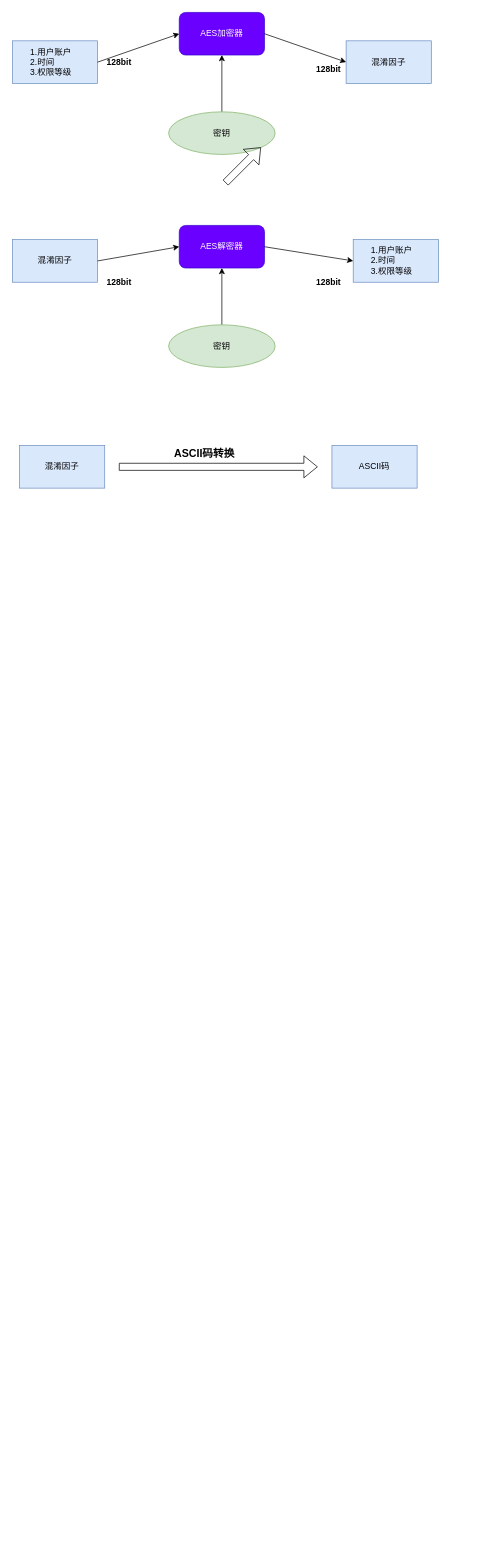
This is 未命名绘图.drawio from eragonhuang/house, a draw.io file, before an edit. Source tidied: cells renumbered, new cells numbered last; positions are measured from the earlier drawing's top-left corner, leaving out a move shared by most shapes. Both pictures are drawn from the tidied source at 71%, with x=0, y=0 at pixel (12, 12).
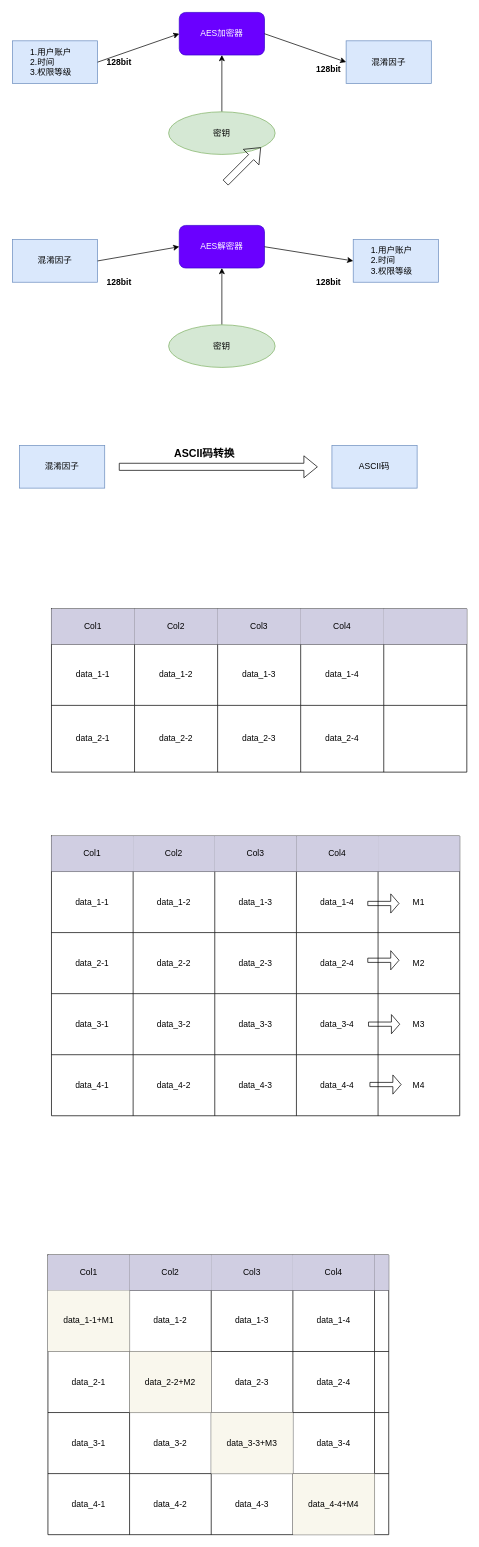
After the change.

Commit message (it also covers changes not shown here):
更新未命名绘图.drawio

Diff of the diagram source:
```diff
@@
+    <mxCell id="25" style="shape=table;html=1;whiteSpace=wrap;startSize=0;childLayout=tableLayout;" parent="1" vertex="1">
+      <mxGeometry x="55" y="840" width="585" height="230" as="geometry" />
+    </mxCell>
+    <mxCell id="26" style="shape=partialRectangle;html=1;whiteSpace=wrap;fillColor=none;top=0;left=0;bottom=0;right=0;" parent="25" vertex="1">
+      <mxGeometry width="585" height="50" as="geometry" />
+    </mxCell>
+    <mxCell id="27" value="Col1" style="shape=partialRectangle;html=1;whiteSpace=wrap;overflow=hidden;fillColor=#d0cee2;top=0;left=0;bottom=0;right=0;strokeColor=#56517e;" parent="26" vertex="1">
+      <mxGeometry width="117" height="50" as="geometry" />
+    </mxCell>
+    <mxCell id="28" value="&lt;span&gt;Col2&lt;/span&gt;" style="shape=partialRectangle;html=1;whiteSpace=wrap;overflow=hidden;fillColor=#d0cee2;top=0;left=0;bottom=0;right=0;strokeColor=#56517e;" parent="26" vertex="1">
+      <mxGeometry x="117" width="117" height="50" as="geometry" />
+    </mxCell>
+    <mxCell id="29" value="&lt;span&gt;Col3&lt;/span&gt;" style="shape=partialRectangle;html=1;whiteSpace=wrap;overflow=hidden;fillColor=#d0cee2;top=0;left=0;bottom=0;right=0;strokeColor=#56517e;" parent="26" vertex="1">
+      <mxGeometry x="234" width="117" height="50" as="geometry" />
+    </mxCell>
+    <mxCell id="30" value="&lt;span&gt;Col4&lt;/span&gt;" style="shape=partialRectangle;html=1;whiteSpace=wrap;overflow=hidden;fillColor=#d0cee2;top=0;left=0;bottom=0;right=0;strokeColor=#56517e;" parent="26" vertex="1">
+      <mxGeometry x="351" width="117" height="50" as="geometry" />
+    </mxCell>
+    <mxCell id="31" style="shape=partialRectangle;html=1;whiteSpace=wrap;overflow=hidden;fillColor=#d0cee2;top=0;left=0;bottom=0;right=0;strokeColor=#56517e;" parent="26" vertex="1">
+      <mxGeometry x="468" width="117" height="50" as="geometry" />
+    </mxCell>
+    <mxCell id="32" style="shape=partialRectangle;html=1;whiteSpace=wrap;fillColor=none;top=0;left=0;bottom=0;right=0;" parent="25" vertex="1">
+      <mxGeometry y="50" width="585" height="86" as="geometry" />
+    </mxCell>
+    <mxCell id="33" value="data_1-1" style="shape=partialRectangle;html=1;whiteSpace=wrap;overflow=hidden;fillColor=none;top=0;left=0;bottom=0;right=0;" parent="32" vertex="1">
+      <mxGeometry width="117" height="86" as="geometry" />
+    </mxCell>
+    <mxCell id="34" value="&lt;span&gt;data_1-2&lt;/span&gt;" style="shape=partialRectangle;html=1;whiteSpace=wrap;overflow=hidden;fillColor=none;top=0;left=0;bottom=0;right=0;" parent="32" vertex="1">
+      <mxGeometry x="117" width="117" height="86" as="geometry" />
+    </mxCell>
+    <mxCell id="35" value="&lt;span&gt;data_1-3&lt;/span&gt;" style="shape=partialRectangle;html=1;whiteSpace=wrap;overflow=hidden;fillColor=none;top=0;left=0;bottom=0;right=0;" parent="32" vertex="1">
+      <mxGeometry x="234" width="117" height="86" as="geometry" />
+    </mxCell>
+    <mxCell id="36" value="&lt;span&gt;data_1-4&lt;/span&gt;" style="shape=partialRectangle;html=1;whiteSpace=wrap;overflow=hidden;fillColor=none;top=0;left=0;bottom=0;right=0;" parent="32" vertex="1">
+      <mxGeometry x="351" width="117" height="86" as="geometry" />
+    </mxCell>
+    <mxCell id="37" style="shape=partialRectangle;html=1;whiteSpace=wrap;overflow=hidden;fillColor=none;top=0;left=0;bottom=0;right=0;" parent="32" vertex="1">
+      <mxGeometry x="468" width="117" height="86" as="geometry" />
+    </mxCell>
+    <mxCell id="38" style="shape=partialRectangle;html=1;whiteSpace=wrap;fillColor=none;top=0;left=0;bottom=0;right=0;" parent="25" vertex="1">
+      <mxGeometry y="136" width="585" height="94" as="geometry" />
+    </mxCell>
+    <mxCell id="39" value="&lt;span&gt;data_2-1&lt;/span&gt;" style="shape=partialRectangle;html=1;whiteSpace=wrap;overflow=hidden;fillColor=none;top=0;left=0;bottom=0;right=0;" parent="38" vertex="1">
+      <mxGeometry width="117" height="94" as="geometry" />
+    </mxCell>
+    <mxCell id="40" value="&lt;span&gt;data_2-2&lt;/span&gt;" style="shape=partialRectangle;html=1;whiteSpace=wrap;overflow=hidden;fillColor=none;top=0;left=0;bottom=0;right=0;" parent="38" vertex="1">
+      <mxGeometry x="117" width="117" height="94" as="geometry" />
+    </mxCell>
+    <mxCell id="41" value="&lt;span&gt;data_2-3&lt;/span&gt;" style="shape=partialRectangle;html=1;whiteSpace=wrap;overflow=hidden;fillColor=none;top=0;left=0;bottom=0;right=0;" parent="38" vertex="1">
+      <mxGeometry x="234" width="117" height="94" as="geometry" />
+    </mxCell>
+    <mxCell id="42" value="&lt;span&gt;data_2-4&lt;/span&gt;" style="shape=partialRectangle;html=1;whiteSpace=wrap;overflow=hidden;fillColor=none;top=0;left=0;bottom=0;right=0;" parent="38" vertex="1">
+      <mxGeometry x="351" width="117" height="94" as="geometry" />
+    </mxCell>
+    <mxCell id="43" style="shape=partialRectangle;html=1;whiteSpace=wrap;overflow=hidden;fillColor=none;top=0;left=0;bottom=0;right=0;" parent="38" vertex="1">
+      <mxGeometry x="468" width="117" height="94" as="geometry" />
+    </mxCell>
+    <mxCell id="44" style="shape=table;html=1;whiteSpace=wrap;startSize=0;childLayout=tableLayout;" parent="1" vertex="1">
+      <mxGeometry x="55" y="1160" width="575" height="394" as="geometry" />
+    </mxCell>
+    <mxCell id="45" style="shape=partialRectangle;html=1;whiteSpace=wrap;fillColor=none;top=0;left=0;bottom=0;right=0;" parent="44" vertex="1">
+      <mxGeometry width="575" height="50" as="geometry" />
+    </mxCell>
+    <mxCell id="46" value="&lt;span&gt;Col1&lt;/span&gt;" style="shape=partialRectangle;html=1;whiteSpace=wrap;overflow=hidden;fillColor=#d0cee2;top=0;left=0;bottom=0;right=0;strokeColor=#56517e;" parent="45" vertex="1">
+      <mxGeometry width="115" height="50" as="geometry" />
+    </mxCell>
+    <mxCell id="47" value="&lt;span&gt;Col2&lt;/span&gt;" style="shape=partialRectangle;html=1;whiteSpace=wrap;overflow=hidden;fillColor=#d0cee2;top=0;left=0;bottom=0;right=0;strokeColor=#56517e;" parent="45" vertex="1">
+      <mxGeometry x="115" width="115" height="50" as="geometry" />
+    </mxCell>
+    <mxCell id="48" value="&lt;span&gt;Col3&lt;/span&gt;" style="shape=partialRectangle;html=1;whiteSpace=wrap;overflow=hidden;fillColor=#d0cee2;top=0;left=0;bottom=0;right=0;strokeColor=#56517e;" parent="45" vertex="1">
+      <mxGeometry x="230" width="115" height="50" as="geometry" />
+    </mxCell>
+    <mxCell id="49" value="&lt;span&gt;Col4&lt;/span&gt;" style="shape=partialRectangle;html=1;whiteSpace=wrap;overflow=hidden;fillColor=#d0cee2;top=0;left=0;bottom=0;right=0;strokeColor=#56517e;" parent="45" vertex="1">
+      <mxGeometry x="345" width="115" height="50" as="geometry" />
+    </mxCell>
+    <mxCell id="50" style="shape=partialRectangle;html=1;whiteSpace=wrap;overflow=hidden;fillColor=#d0cee2;top=0;left=0;bottom=0;right=0;strokeColor=#56517e;" parent="45" vertex="1">
+      <mxGeometry x="460" width="115" height="50" as="geometry" />
+    </mxCell>
+    <mxCell id="51" style="shape=partialRectangle;html=1;whiteSpace=wrap;fillColor=none;top=0;left=0;bottom=0;right=0;" parent="44" vertex="1">
+      <mxGeometry y="50" width="575" height="86" as="geometry" />
+    </mxCell>
+    <mxCell id="52" value="&lt;span&gt;data_1-1&lt;/span&gt;" style="shape=partialRectangle;html=1;whiteSpace=wrap;overflow=hidden;fillColor=none;top=0;left=0;bottom=0;right=0;" parent="51" vertex="1">
+      <mxGeometry width="115" height="86" as="geometry" />
+    </mxCell>
+    <mxCell id="53" value="&lt;span&gt;data_1-2&lt;/span&gt;" style="shape=partialRectangle;html=1;whiteSpace=wrap;overflow=hidden;fillColor=none;top=0;left=0;bottom=0;right=0;" parent="51" vertex="1">
+      <mxGeometry x="115" width="115" height="86" as="geometry" />
+    </mxCell>
+    <mxCell id="54" value="&lt;span&gt;data_1-3&lt;/span&gt;" style="shape=partialRectangle;html=1;whiteSpace=wrap;overflow=hidden;fillColor=none;top=0;left=0;bottom=0;right=0;" parent="51" vertex="1">
+      <mxGeometry x="230" width="115" height="86" as="geometry" />
+    </mxCell>
+    <mxCell id="55" value="&lt;span&gt;data_1-4&lt;/span&gt;" style="shape=partialRectangle;html=1;whiteSpace=wrap;overflow=hidden;fillColor=none;top=0;left=0;bottom=0;right=0;" parent="51" vertex="1">
+      <mxGeometry x="345" width="115" height="86" as="geometry" />
+    </mxCell>
+    <mxCell id="56" value="M1" style="shape=partialRectangle;html=1;whiteSpace=wrap;overflow=hidden;fillColor=none;top=0;left=0;bottom=0;right=0;" parent="51" vertex="1">
+      <mxGeometry x="460" width="115" height="86" as="geometry" />
+    </mxCell>
+    <mxCell id="57" style="shape=partialRectangle;html=1;whiteSpace=wrap;fillColor=none;top=0;left=0;bottom=0;right=0;" parent="44" vertex="1">
+      <mxGeometry y="136" width="575" height="86" as="geometry" />
+    </mxCell>
+    <mxCell id="58" value="&lt;span&gt;data_2-1&lt;/span&gt;" style="shape=partialRectangle;html=1;whiteSpace=wrap;overflow=hidden;fillColor=none;top=0;left=0;bottom=0;right=0;" parent="57" vertex="1">
+      <mxGeometry width="115" height="86" as="geometry" />
+    </mxCell>
+    <mxCell id="59" value="&lt;span&gt;data_2-2&lt;/span&gt;" style="shape=partialRectangle;html=1;whiteSpace=wrap;overflow=hidden;fillColor=none;top=0;left=0;bottom=0;right=0;" parent="57" vertex="1">
+      <mxGeometry x="115" width="115" height="86" as="geometry" />
+    </mxCell>
+    <mxCell id="60" value="&lt;span&gt;data_2-3&lt;/span&gt;" style="shape=partialRectangle;html=1;whiteSpace=wrap;overflow=hidden;fillColor=none;top=0;left=0;bottom=0;right=0;" parent="57" vertex="1">
+      <mxGeometry x="230" width="115" height="86" as="geometry" />
+    </mxCell>
+    <mxCell id="61" value="&lt;span&gt;data_2-4&lt;/span&gt;" style="shape=partialRectangle;html=1;whiteSpace=wrap;overflow=hidden;fillColor=none;top=0;left=0;bottom=0;right=0;" parent="57" vertex="1">
+      <mxGeometry x="345" width="115" height="86" as="geometry" />
+    </mxCell>
+    <mxCell id="62" value="M2" style="shape=partialRectangle;html=1;whiteSpace=wrap;overflow=hidden;fillColor=none;top=0;left=0;bottom=0;right=0;" parent="57" vertex="1">
+      <mxGeometry x="460" width="115" height="86" as="geometry" />
+    </mxCell>
+    <mxCell id="63" style="shape=partialRectangle;html=1;whiteSpace=wrap;fillColor=none;top=0;left=0;bottom=0;right=0;" parent="44" vertex="1">
+      <mxGeometry y="222" width="575" height="86" as="geometry" />
+    </mxCell>
+    <mxCell id="64" value="&lt;span&gt;data_3-1&lt;/span&gt;" style="shape=partialRectangle;html=1;whiteSpace=wrap;overflow=hidden;fillColor=none;top=0;left=0;bottom=0;right=0;" parent="63" vertex="1">
+      <mxGeometry width="115" height="86" as="geometry" />
+    </mxCell>
+    <mxCell id="65" value="&lt;span&gt;data_3-2&lt;/span&gt;" style="shape=partialRectangle;html=1;whiteSpace=wrap;overflow=hidden;fillColor=none;top=0;left=0;bottom=0;right=0;" parent="63" vertex="1">
+      <mxGeometry x="115" width="115" height="86" as="geometry" />
+    </mxCell>
+    <mxCell id="66" value="&lt;span&gt;data_3-3&lt;/span&gt;" style="shape=partialRectangle;html=1;whiteSpace=wrap;overflow=hidden;fillColor=none;top=0;left=0;bottom=0;right=0;" parent="63" vertex="1">
+      <mxGeometry x="230" width="115" height="86" as="geometry" />
+    </mxCell>
+    <mxCell id="67" value="&lt;span&gt;data_3-4&lt;/span&gt;" style="shape=partialRectangle;html=1;whiteSpace=wrap;overflow=hidden;fillColor=none;top=0;left=0;bottom=0;right=0;" parent="63" vertex="1">
+      <mxGeometry x="345" width="115" height="86" as="geometry" />
+    </mxCell>
+    <mxCell id="68" value="M3" style="shape=partialRectangle;html=1;whiteSpace=wrap;overflow=hidden;fillColor=none;top=0;left=0;bottom=0;right=0;" parent="63" vertex="1">
+      <mxGeometry x="460" width="115" height="86" as="geometry" />
+    </mxCell>
+    <mxCell id="69" style="shape=partialRectangle;html=1;whiteSpace=wrap;fillColor=none;top=0;left=0;bottom=0;right=0;" parent="44" vertex="1">
+      <mxGeometry y="308" width="575" height="86" as="geometry" />
+    </mxCell>
+    <mxCell id="70" value="&lt;span&gt;data_4-1&lt;/span&gt;" style="shape=partialRectangle;html=1;whiteSpace=wrap;overflow=hidden;fillColor=none;top=0;left=0;bottom=0;right=0;" parent="69" vertex="1">
+      <mxGeometry width="115" height="86" as="geometry" />
+    </mxCell>
+    <mxCell id="71" value="&lt;span&gt;data_4-2&lt;/span&gt;" style="shape=partialRectangle;html=1;whiteSpace=wrap;overflow=hidden;fillColor=none;top=0;left=0;bottom=0;right=0;" parent="69" vertex="1">
+      <mxGeometry x="115" width="115" height="86" as="geometry" />
+    </mxCell>
+    <mxCell id="72" value="&lt;span&gt;data_4-3&lt;/span&gt;" style="shape=partialRectangle;html=1;whiteSpace=wrap;overflow=hidden;fillColor=none;top=0;left=0;bottom=0;right=0;" parent="69" vertex="1">
+      <mxGeometry x="230" width="115" height="86" as="geometry" />
+    </mxCell>
+    <mxCell id="73" value="&lt;span&gt;data_4-4&lt;/span&gt;" style="shape=partialRectangle;html=1;whiteSpace=wrap;overflow=hidden;fillColor=none;top=0;left=0;bottom=0;right=0;" parent="69" vertex="1">
+      <mxGeometry x="345" width="115" height="86" as="geometry" />
+    </mxCell>
+    <mxCell id="74" value="M4" style="shape=partialRectangle;html=1;whiteSpace=wrap;overflow=hidden;fillColor=none;top=0;left=0;bottom=0;right=0;" parent="69" vertex="1">
+      <mxGeometry x="460" width="115" height="86" as="geometry" />
+    </mxCell>
+    <mxCell id="75" style="endArrow=block;html=1;shape=flexArrow;strokeWidth=1;endFill=0;width=6;endSize=3.56;" parent="1" edge="1">
+      <mxGeometry relative="1" as="geometry">
+        <mxPoint x="500" y="1255" as="sourcePoint" />
+        <mxPoint x="545" y="1255" as="targetPoint" />
+      </mxGeometry>
+    </mxCell>
+    <mxCell id="76" style="endArrow=block;html=1;shape=flexArrow;strokeWidth=1;endFill=0;width=6;endSize=3.56;" parent="1" edge="1">
+      <mxGeometry relative="1" as="geometry">
+        <mxPoint x="503" y="1510" as="sourcePoint" />
+        <mxPoint x="548" y="1510" as="targetPoint" />
+      </mxGeometry>
+    </mxCell>
+    <mxCell id="77" style="endArrow=block;html=1;shape=flexArrow;strokeWidth=1;endFill=0;width=6;endSize=3.56;" parent="1" edge="1">
+      <mxGeometry relative="1" as="geometry">
+        <mxPoint x="501" y="1425" as="sourcePoint" />
+        <mxPoint x="546" y="1425" as="targetPoint" />
+      </mxGeometry>
+    </mxCell>
+    <mxCell id="78" style="endArrow=block;html=1;shape=flexArrow;strokeWidth=1;endFill=0;width=6;endSize=3.56;" parent="1" edge="1">
+      <mxGeometry relative="1" as="geometry">
+        <mxPoint x="500" y="1335" as="sourcePoint" />
+        <mxPoint x="545" y="1335" as="targetPoint" />
+      </mxGeometry>
+    </mxCell>
+    <mxCell id="79" style="shape=table;html=1;whiteSpace=wrap;startSize=0;childLayout=tableLayout;" parent="1" vertex="1">
+      <mxGeometry x="50" y="1750" width="480" height="394" as="geometry" />
+    </mxCell>
+    <mxCell id="80" style="shape=partialRectangle;html=1;whiteSpace=wrap;fillColor=none;top=0;left=0;bottom=0;right=0;" parent="79" vertex="1">
+      <mxGeometry width="480" height="50" as="geometry" />
+    </mxCell>
+    <mxCell id="81" value="&lt;span&gt;Col1&lt;/span&gt;" style="shape=partialRectangle;html=1;whiteSpace=wrap;overflow=hidden;fillColor=#d0cee2;top=0;left=0;bottom=0;right=0;strokeColor=#56517e;" parent="80" vertex="1">
+      <mxGeometry width="115" height="50" as="geometry" />
+    </mxCell>
+    <mxCell id="82" value="&lt;span&gt;Col2&lt;/span&gt;" style="shape=partialRectangle;html=1;whiteSpace=wrap;overflow=hidden;fillColor=#d0cee2;top=0;left=0;bottom=0;right=0;strokeColor=#56517e;" parent="80" vertex="1">
+      <mxGeometry x="115" width="115" height="50" as="geometry" />
+    </mxCell>
+    <mxCell id="83" value="&lt;span&gt;Col3&lt;/span&gt;" style="shape=partialRectangle;html=1;whiteSpace=wrap;overflow=hidden;fillColor=#d0cee2;top=0;left=0;bottom=0;right=0;strokeColor=#56517e;" parent="80" vertex="1">
+      <mxGeometry x="230" width="115" height="50" as="geometry" />
+    </mxCell>
+    <mxCell id="84" value="&lt;span&gt;Col4&lt;/span&gt;" style="shape=partialRectangle;html=1;whiteSpace=wrap;overflow=hidden;fillColor=#d0cee2;top=0;left=0;bottom=0;right=0;strokeColor=#56517e;" parent="80" vertex="1">
+      <mxGeometry x="345" width="115" height="50" as="geometry" />
+    </mxCell>
+    <mxCell id="85" style="shape=partialRectangle;html=1;whiteSpace=wrap;overflow=hidden;fillColor=#d0cee2;top=0;left=0;bottom=0;right=0;strokeColor=#56517e;" parent="80" vertex="1">
+      <mxGeometry x="460" width="20" height="50" as="geometry" />
+    </mxCell>
+    <mxCell id="86" style="shape=partialRectangle;html=1;whiteSpace=wrap;fillColor=none;top=0;left=0;bottom=0;right=0;" parent="79" vertex="1">
+      <mxGeometry y="50" width="480" height="86" as="geometry" />
+    </mxCell>
+    <mxCell id="87" value="&lt;span&gt;data_1-1+&lt;/span&gt;M1" style="shape=partialRectangle;html=1;whiteSpace=wrap;overflow=hidden;fillColor=#f9f7ed;top=0;left=0;bottom=0;right=0;strokeColor=#36393d;" parent="86" vertex="1">
+      <mxGeometry width="115" height="86" as="geometry" />
+    </mxCell>
+    <mxCell id="88" value="&lt;span&gt;data_1-2&lt;/span&gt;" style="shape=partialRectangle;html=1;whiteSpace=wrap;overflow=hidden;fillColor=none;top=0;left=0;bottom=0;right=0;" parent="86" vertex="1">
+      <mxGeometry x="115" width="115" height="86" as="geometry" />
+    </mxCell>
+    <mxCell id="89" value="&lt;span&gt;data_1-3&lt;/span&gt;" style="shape=partialRectangle;html=1;whiteSpace=wrap;overflow=hidden;fillColor=none;top=0;left=0;bottom=0;right=0;" parent="86" vertex="1">
+      <mxGeometry x="230" width="115" height="86" as="geometry" />
+    </mxCell>
+    <mxCell id="90" value="&lt;span&gt;data_1-4&lt;/span&gt;" style="shape=partialRectangle;html=1;whiteSpace=wrap;overflow=hidden;fillColor=none;top=0;left=0;bottom=0;right=0;" parent="86" vertex="1">
+      <mxGeometry x="345" width="115" height="86" as="geometry" />
+    </mxCell>
+    <mxCell id="91" style="shape=partialRectangle;html=1;whiteSpace=wrap;overflow=hidden;fillColor=none;top=0;left=0;bottom=0;right=0;" parent="86" vertex="1">
+      <mxGeometry x="460" width="20" height="86" as="geometry" />
+    </mxCell>
+    <mxCell id="92" style="shape=partialRectangle;html=1;whiteSpace=wrap;fillColor=none;top=0;left=0;bottom=0;right=0;" parent="79" vertex="1">
+      <mxGeometry y="136" width="480" height="86" as="geometry" />
+    </mxCell>
+    <mxCell id="93" value="&lt;span&gt;data_2-1&lt;/span&gt;" style="shape=partialRectangle;html=1;whiteSpace=wrap;overflow=hidden;fillColor=none;top=0;left=0;bottom=0;right=0;" parent="92" vertex="1">
+      <mxGeometry width="115" height="86" as="geometry" />
+    </mxCell>
+    <mxCell id="94" value="&lt;span&gt;data_2-2+M2&lt;/span&gt;" style="shape=partialRectangle;html=1;whiteSpace=wrap;overflow=hidden;fillColor=#f9f7ed;top=0;left=0;bottom=0;right=0;strokeColor=#36393d;" parent="92" vertex="1">
+      <mxGeometry x="115" width="115" height="86" as="geometry" />
+    </mxCell>
+    <mxCell id="95" value="&lt;span&gt;data_2-3&lt;/span&gt;" style="shape=partialRectangle;html=1;whiteSpace=wrap;overflow=hidden;fillColor=none;top=0;left=0;bottom=0;right=0;" parent="92" vertex="1">
+      <mxGeometry x="230" width="115" height="86" as="geometry" />
+    </mxCell>
+    <mxCell id="96" value="&lt;span&gt;data_2-4&lt;/span&gt;" style="shape=partialRectangle;html=1;whiteSpace=wrap;overflow=hidden;fillColor=none;top=0;left=0;bottom=0;right=0;" parent="92" vertex="1">
+      <mxGeometry x="345" width="115" height="86" as="geometry" />
+    </mxCell>
+    <mxCell id="97" style="shape=partialRectangle;html=1;whiteSpace=wrap;overflow=hidden;fillColor=none;top=0;left=0;bottom=0;right=0;" parent="92" vertex="1">
+      <mxGeometry x="460" width="20" height="86" as="geometry" />
+    </mxCell>
+    <mxCell id="98" style="shape=partialRectangle;html=1;whiteSpace=wrap;fillColor=none;top=0;left=0;bottom=0;right=0;" parent="79" vertex="1">
+      <mxGeometry y="222" width="480" height="86" as="geometry" />
+    </mxCell>
+    <mxCell id="99" value="&lt;span&gt;data_3-1&lt;/span&gt;" style="shape=partialRectangle;html=1;whiteSpace=wrap;overflow=hidden;fillColor=none;top=0;left=0;bottom=0;right=0;" parent="98" vertex="1">
+      <mxGeometry width="115" height="86" as="geometry" />
+    </mxCell>
+    <mxCell id="100" value="&lt;span&gt;data_3-2&lt;/span&gt;" style="shape=partialRectangle;html=1;whiteSpace=wrap;overflow=hidden;fillColor=none;top=0;left=0;bottom=0;right=0;" parent="98" vertex="1">
+      <mxGeometry x="115" width="115" height="86" as="geometry" />
+    </mxCell>
+    <mxCell id="101" value="&lt;span&gt;data_3-3+M3&lt;/span&gt;" style="shape=partialRectangle;html=1;whiteSpace=wrap;overflow=hidden;fillColor=#f9f7ed;top=0;left=0;bottom=0;right=0;strokeColor=#36393d;" parent="98" vertex="1">
+      <mxGeometry x="230" width="115" height="86" as="geometry" />
+    </mxCell>
+    <mxCell id="102" value="&lt;span&gt;data_3-4&lt;/span&gt;" style="shape=partialRectangle;html=1;whiteSpace=wrap;overflow=hidden;fillColor=none;top=0;left=0;bottom=0;right=0;" parent="98" vertex="1">
+      <mxGeometry x="345" width="115" height="86" as="geometry" />
+    </mxCell>
+    <mxCell id="103" style="shape=partialRectangle;html=1;whiteSpace=wrap;overflow=hidden;fillColor=none;top=0;left=0;bottom=0;right=0;" parent="98" vertex="1">
+      <mxGeometry x="460" width="20" height="86" as="geometry" />
+    </mxCell>
+    <mxCell id="104" style="shape=partialRectangle;html=1;whiteSpace=wrap;fillColor=none;top=0;left=0;bottom=0;right=0;" parent="79" vertex="1">
+      <mxGeometry y="308" width="480" height="86" as="geometry" />
+    </mxCell>
+    <mxCell id="105" value="&lt;span&gt;data_4-1&lt;/span&gt;" style="shape=partialRectangle;html=1;whiteSpace=wrap;overflow=hidden;fillColor=none;top=0;left=0;bottom=0;right=0;" parent="104" vertex="1">
+      <mxGeometry width="115" height="86" as="geometry" />
+    </mxCell>
+    <mxCell id="106" value="&lt;span&gt;data_4-2&lt;/span&gt;" style="shape=partialRectangle;html=1;whiteSpace=wrap;overflow=hidden;fillColor=none;top=0;left=0;bottom=0;right=0;" parent="104" vertex="1">
+      <mxGeometry x="115" width="115" height="86" as="geometry" />
+    </mxCell>
+    <mxCell id="107" value="&lt;span&gt;data_4-3&lt;/span&gt;" style="shape=partialRectangle;html=1;whiteSpace=wrap;overflow=hidden;fillColor=none;top=0;left=0;bottom=0;right=0;" parent="104" vertex="1">
+      <mxGeometry x="230" width="115" height="86" as="geometry" />
+    </mxCell>
+    <mxCell id="108" value="&lt;span&gt;data_4-4+M4&lt;/span&gt;" style="shape=partialRectangle;html=1;whiteSpace=wrap;overflow=hidden;fillColor=#f9f7ed;top=0;left=0;bottom=0;right=0;strokeColor=#36393d;" parent="104" vertex="1">
+      <mxGeometry x="345" width="115" height="86" as="geometry" />
+    </mxCell>
+    <mxCell id="109" style="shape=partialRectangle;html=1;whiteSpace=wrap;overflow=hidden;fillColor=none;top=0;left=0;bottom=0;right=0;" parent="104" vertex="1">
+      <mxGeometry x="460" width="20" height="86" as="geometry" />
+    </mxCell>
```
